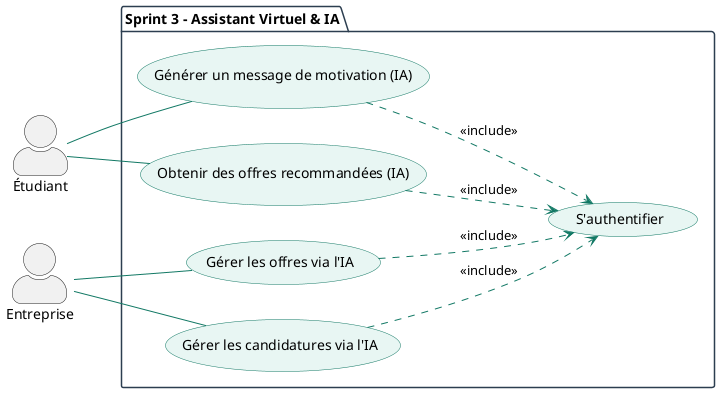
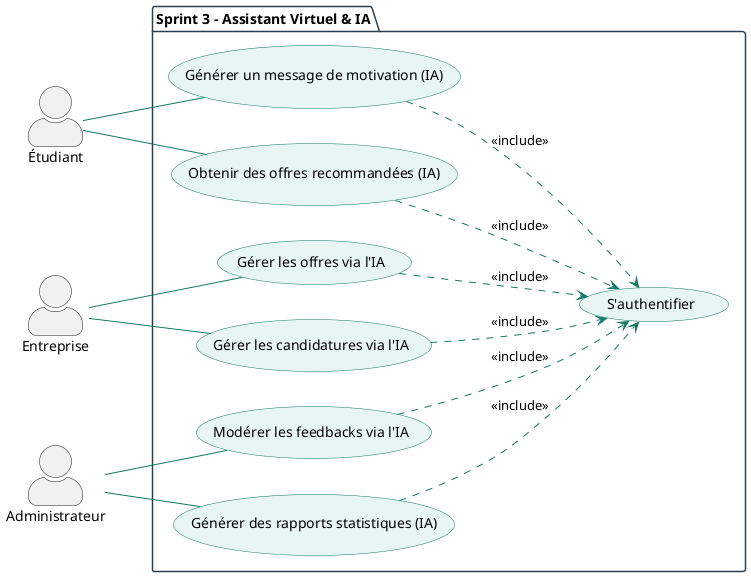
@startuml StageFlow_Sprint3
left to right direction
skinparam actorStyle awesome

skinparam package {
    BackgroundColor White
    BorderColor #2C3E50
}

skinparam usecase {
    BackgroundColor #E8F6F3
    BorderColor #117864
    ArrowColor #117864
}

actor "Étudiant" as E
actor "Entreprise" as Ent
+ actor "Administrateur" as Admin


package "Sprint 3 – Assistant Virtuel & IA" {

    usecase "Générer un message de motivation (IA)" as UC_Motiv
    usecase "Obtenir des offres recommandées (IA)" as UC_Recom

    usecase "Gérer les offres via l'IA" as UC_Offres
    usecase "Gérer les candidatures via l'IA" as UC_Cands

+     usecase "Modérer les feedbacks via l'IA" as UC_Mod
+     usecase "Générer des rapports statistiques (IA)" as UC_Stats
+ 
    usecase "S'authentifier" as Auth

    E -- UC_Motiv
    E -- UC_Recom

    Ent -- UC_Offres
    Ent -- UC_Cands

+     Admin -- UC_Mod
+     Admin -- UC_Stats
+ 
    UC_Motiv ..> Auth : <<include>>
    UC_Recom ..> Auth : <<include>>
    UC_Offres ..> Auth : <<include>>
    UC_Cands ..> Auth : <<include>>
+     UC_Mod ..> Auth : <<include>>
+     UC_Stats ..> Auth : <<include>>
}

@enduml